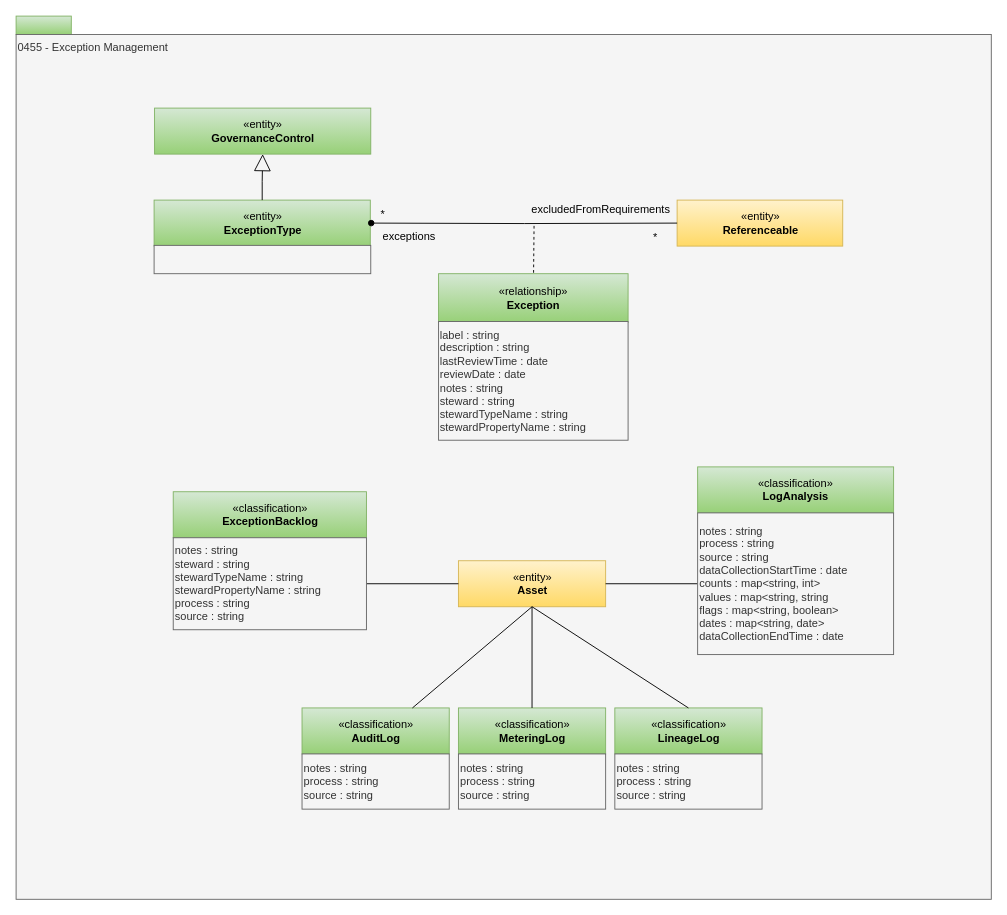
The draw.io diagram page "0455-Exception-Management" (18 of 30) of site/docs/types/4/area-4-governance.drawio in odpi/egeria-docs, before the edit. Source tidied: cells renumbered, new cells numbered last; positions are measured from the earlier drawing's top-left corner, leaving out a move shared by most shapes. Both pictures are drawn from the tidied source at 92%, with x=0, y=0 at pixel (16, 16).
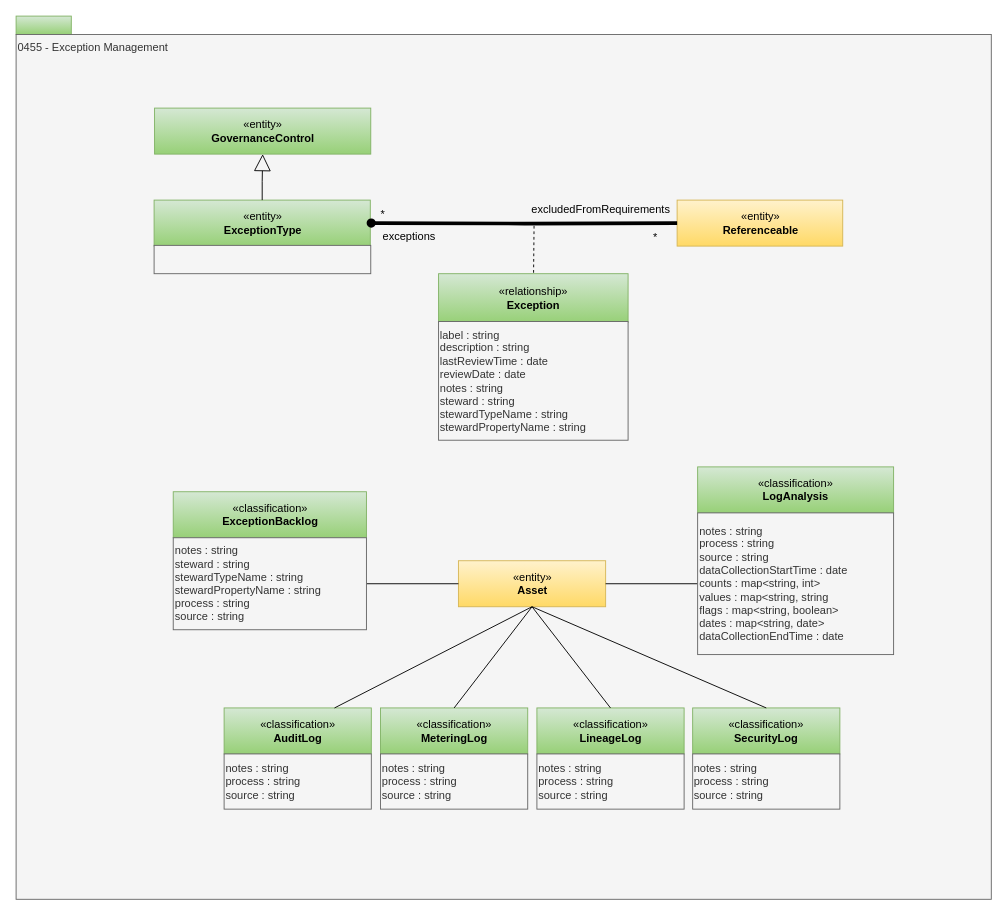
The same diagram, later.

Unchanged cells that the change refers to:
```xml
<mxCell id="4" value="«entity»&lt;br&gt;&lt;b&gt;Asset&lt;/b&gt;" style="html=1;strokeColor=#d6b656;align=center;fillColor=#fff2cc;gradientColor=#ffd966;" parent="1" vertex="1">
  <mxGeometry x="480.8" y="592" width="160" height="50" as="geometry" />
</mxCell>
<mxCell id="21" value="«entity»&lt;br&gt;&lt;b&gt;Referenceable&lt;/b&gt;" style="html=1;strokeColor=#d6b656;align=center;fillColor=#fff2cc;gradientColor=#ffd966;" parent="1" vertex="1">
  <mxGeometry x="718.5" y="200" width="180" height="50" as="geometry" />
</mxCell>
```

Change to the diagram source:
```diff
@@
     <mxCell id="8" value="«classification»&lt;br&gt;&lt;b&gt;AuditLog&lt;/b&gt;" style="html=1;strokeColor=#82b366;align=center;fillColor=#d5e8d4;gradientColor=#97d077;" parent="1" vertex="1">
-      <mxGeometry x="310.8" y="752" width="160" height="50" as="geometry" />
+      <mxGeometry x="226.1" y="752" width="160" height="50" as="geometry" />
     </mxCell>
@@
     <mxCell id="10" value="notes : string&lt;br&gt;process : string&lt;br&gt;source : string&lt;br&gt;&lt;div style=&quot;text-align: left&quot;&gt;&lt;/div&gt;" style="rounded=0;whiteSpace=wrap;html=1;strokeColor=#666666;align=left;fillColor=#f5f5f5;fontColor=#333333;" parent="1" vertex="1">
-      <mxGeometry x="310.8" y="802" width="160" height="60" as="geometry" />
+      <mxGeometry x="226.1" y="802" width="160" height="60" as="geometry" />
     </mxCell>
     <mxCell id="11" value="«classification»&lt;br&gt;&lt;b&gt;MeteringLog&lt;/b&gt;" style="html=1;strokeColor=#82b366;align=center;fillColor=#d5e8d4;gradientColor=#97d077;" parent="1" vertex="1">
-      <mxGeometry x="480.8" y="752" width="160" height="50" as="geometry" />
+      <mxGeometry x="396.1" y="752" width="160" height="50" as="geometry" />
     </mxCell>
@@
     <mxCell id="13" value="notes : string&lt;br&gt;process : string&lt;br&gt;source : string&lt;br&gt;&lt;div style=&quot;text-align: left&quot;&gt;&lt;/div&gt;" style="rounded=0;whiteSpace=wrap;html=1;strokeColor=#666666;align=left;fillColor=#f5f5f5;fontColor=#333333;" parent="1" vertex="1">
-      <mxGeometry x="480.8" y="802" width="160" height="60" as="geometry" />
+      <mxGeometry x="396.1" y="802" width="160" height="60" as="geometry" />
     </mxCell>
     <mxCell id="14" value="«classification»&lt;br&gt;&lt;b&gt;LineageLog&lt;/b&gt;" style="html=1;strokeColor=#82b366;align=center;fillColor=#d5e8d4;gradientColor=#97d077;" parent="1" vertex="1">
-      <mxGeometry x="650.8" y="752" width="160" height="50" as="geometry" />
+      <mxGeometry x="566.1" y="752" width="160" height="50" as="geometry" />
     </mxCell>
@@
     <mxCell id="16" value="notes : string&lt;br&gt;process : string&lt;br&gt;source : string&lt;br&gt;&lt;div style=&quot;text-align: left&quot;&gt;&lt;/div&gt;" style="rounded=0;whiteSpace=wrap;html=1;strokeColor=#666666;align=left;fillColor=#f5f5f5;fontColor=#333333;" parent="1" vertex="1">
-      <mxGeometry x="650.8" y="802" width="160" height="60" as="geometry" />
+      <mxGeometry x="566.1" y="802" width="160" height="60" as="geometry" />
     </mxCell>
@@
-    <mxCell id="22" style="edgeStyle=orthogonalEdgeStyle;rounded=0;html=1;exitX=1;exitY=0.5;entryX=0;entryY=0.5;jettySize=auto;endArrow=none;endFill=0;entryDx=0;entryDy=0;startArrow=oval;startFill=1;strokeWidth=1;" parent="1" edge="1" target="21">
+    <mxCell id="22" style="edgeStyle=orthogonalEdgeStyle;rounded=0;html=1;exitX=1;exitY=0.5;entryX=0;entryY=0.5;jettySize=auto;endArrow=none;endFill=0;entryDx=0;entryDy=0;startArrow=oval;startFill=1;strokeWidth=4;" parent="1" edge="1" target="21">
       <mxGeometry relative="1" as="geometry">
         <mxPoint x="386" y="225" as="sourcePoint" />
       </mxGeometry>
     </mxCell>
@@
+    <mxCell id="33" value="«classification»&lt;br&gt;&lt;b&gt;SecurityLog&lt;/b&gt;" style="html=1;strokeColor=#82b366;align=center;fillColor=#d5e8d4;gradientColor=#97d077;" parent="1" vertex="1">
+      <mxGeometry x="735.4" y="752" width="160" height="50" as="geometry" />
+    </mxCell>
+    <mxCell id="34" style="edgeStyle=none;rounded=0;jettySize=auto;html=1;exitX=0.5;exitY=0;exitDx=0;exitDy=0;endArrow=none;endFill=0;entryX=0.5;entryY=1;entryDx=0;entryDy=0;" parent="1" edge="1" source="33" target="4">
+      <mxGeometry relative="1" as="geometry" />
+    </mxCell>
+    <mxCell id="35" value="notes : string&lt;br&gt;process : string&lt;br&gt;source : string&lt;br&gt;&lt;div style=&quot;text-align: left&quot;&gt;&lt;/div&gt;" style="rounded=0;whiteSpace=wrap;html=1;strokeColor=#666666;align=left;fillColor=#f5f5f5;fontColor=#333333;" parent="1" vertex="1">
+      <mxGeometry x="735.4" y="802" width="160" height="60" as="geometry" />
+    </mxCell>
```
